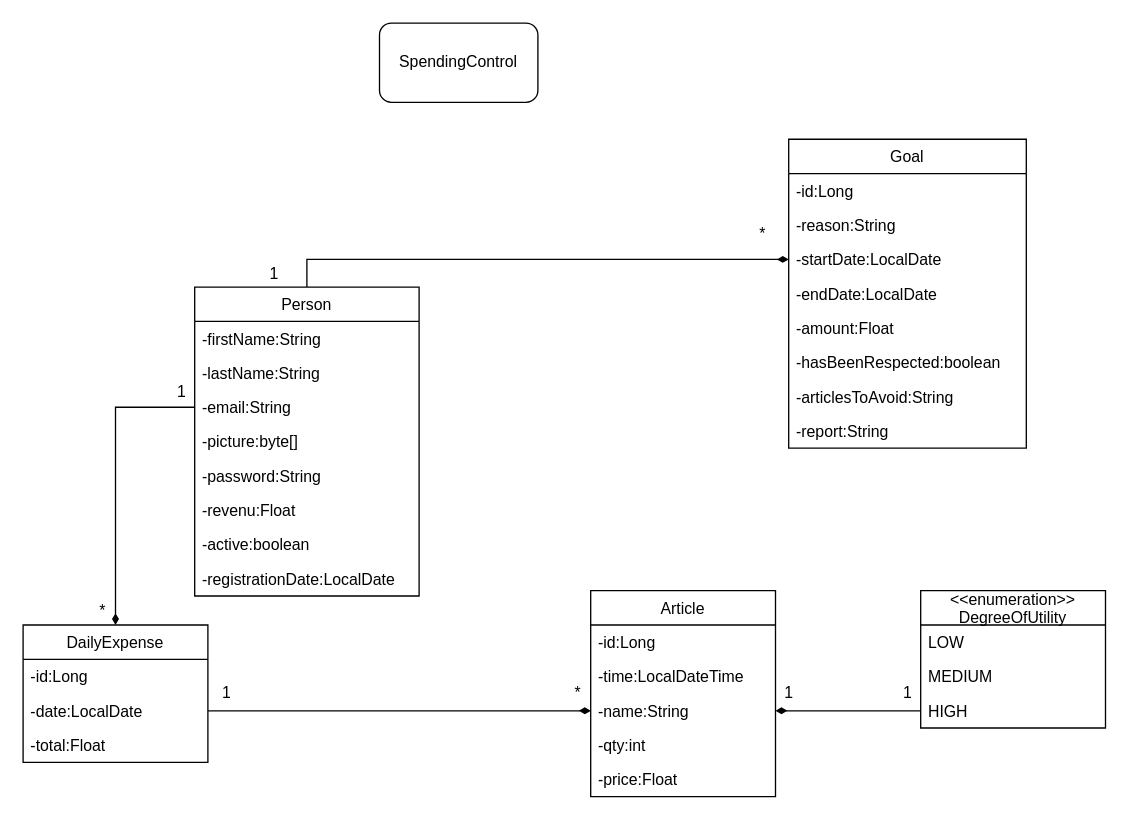
Before: spendingControlUML.drawio in Moussa348/SavingVeilleTec, a draw.io diagram. Source tidied: cells renumbered, new cells numbered last; positions are measured from the earlier drawing's top-left corner, leaving out a move shared by most shapes. Both pictures are drawn from the tidied source at 132%, with x=0, y=0 at pixel (22, 22).
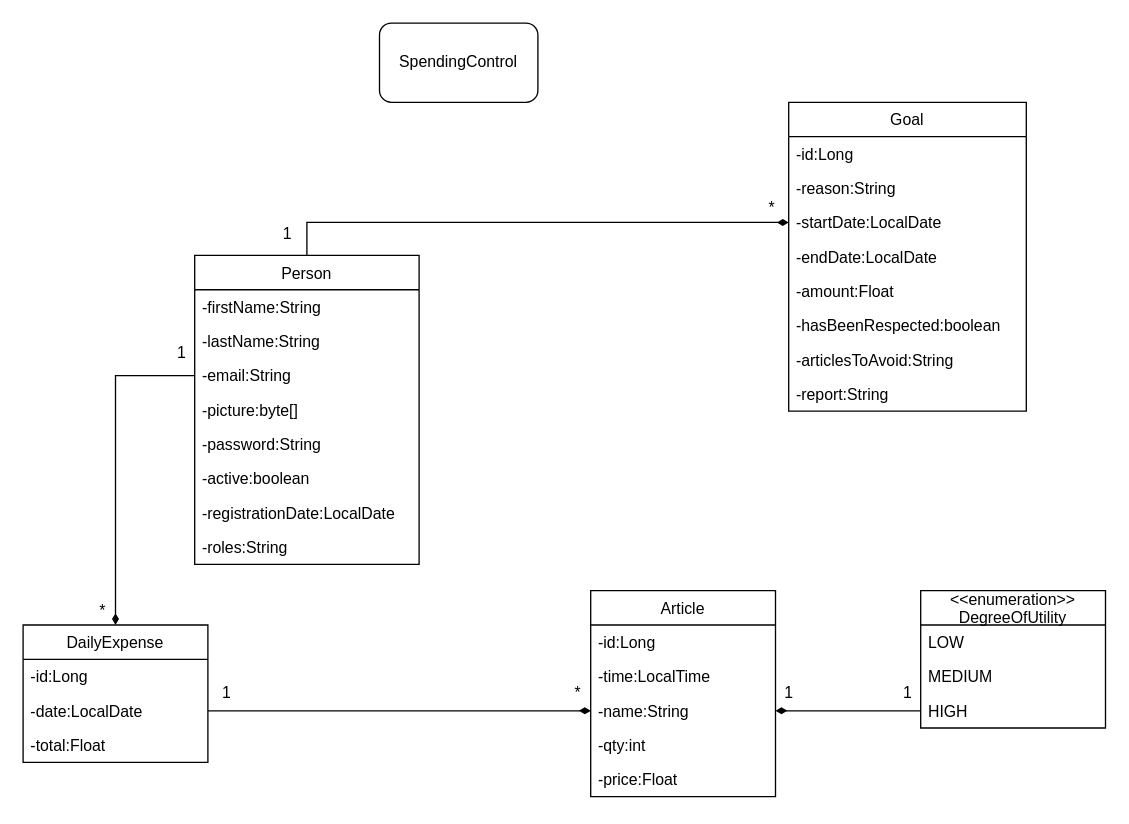
The same page after the edit.

Unchanged cells that the change refers to:
```xml
<mxCell id="17" value="Article" style="swimlane;fontStyle=0;horizontal=1;startSize=26;fillColor=none;" parent="1" vertex="1">
  <mxGeometry x="430" y="430" width="140" height="156" as="geometry" />
</mxCell>
```

What changed in the source:
```diff
@@
     <mxCell id="3" value="Person" style="swimlane;fontStyle=0;horizontal=1;startSize=26;fillColor=none;" parent="1" vertex="1">
-      <mxGeometry x="130" y="200" width="170" height="234" as="geometry" />
+      <mxGeometry x="130" y="176" width="170" height="234" as="geometry" />
     </mxCell>
@@
-    <mxCell id="9" value="-revenu:Float" style="text;strokeColor=none;fillColor=none;align=left;verticalAlign=top;spacingLeft=4;spacingRight=4;overflow=hidden;" parent="3" vertex="1">
-      <mxGeometry y="156" width="170" height="26" as="geometry" />
-    </mxCell>
     <mxCell id="10" value="-active:boolean" style="text;strokeColor=none;fillColor=none;align=left;verticalAlign=top;spacingLeft=4;spacingRight=4;overflow=hidden;" parent="3" vertex="1">
-      <mxGeometry y="182" width="170" height="26" as="geometry" />
+      <mxGeometry y="156" width="170" height="26" as="geometry" />
     </mxCell>
     <mxCell id="11" value="-registrationDate:LocalDate" style="text;strokeColor=none;fillColor=none;align=left;verticalAlign=top;spacingLeft=4;spacingRight=4;overflow=hidden;" parent="3" vertex="1">
-      <mxGeometry y="208" width="170" height="26" as="geometry" />
+      <mxGeometry y="182" width="170" height="26" as="geometry" />
     </mxCell>
+    <mxCell id="47" value="-roles:String" style="text;strokeColor=none;fillColor=none;align=left;verticalAlign=top;spacingLeft=4;spacingRight=4;overflow=hidden;" parent="3" vertex="1">
+      <mxGeometry y="208" width="170" height="26" as="geometry" />
+    </mxCell>
@@
-    <mxCell id="19" value="-time:LocalDateTime" style="text;strokeColor=none;fillColor=none;align=left;verticalAlign=top;spacingLeft=4;spacingRight=4;overflow=hidden;" parent="17" vertex="1">
+    <mxCell id="19" value="-time:LocalTime" style="text;strokeColor=none;fillColor=none;align=left;verticalAlign=top;spacingLeft=4;spacingRight=4;overflow=hidden;" parent="17" vertex="1">
       <mxGeometry y="52" width="140" height="26" as="geometry" />
     </mxCell>
@@
     <mxCell id="24" value="1" style="text;html=1;align=center;verticalAlign=middle;strokeColor=none;" parent="1" vertex="1">
-      <mxGeometry x="110" y="270" width="20" height="20" as="geometry" />
+      <mxGeometry x="110" y="240" width="20" height="20" as="geometry" />
     </mxCell>
@@
     <mxCell id="28" value="Goal" style="swimlane;fontStyle=0;horizontal=1;startSize=26;fillColor=none;" parent="1" vertex="1">
-      <mxGeometry x="580" y="88" width="180" height="234" as="geometry" />
+      <mxGeometry x="580" y="60" width="180" height="234" as="geometry" />
     </mxCell>
@@
     <mxCell id="37" value="1" style="text;html=1;align=center;verticalAlign=middle;strokeColor=none;" parent="1" vertex="1">
-      <mxGeometry x="180" y="180" width="20" height="20" as="geometry" />
+      <mxGeometry x="190" y="150" width="20" height="20" as="geometry" />
     </mxCell>
     <mxCell id="38" value="*" style="text;html=1;align=center;verticalAlign=middle;strokeColor=none;" parent="1" vertex="1">
-      <mxGeometry x="550" y="150" width="20" height="20" as="geometry" />
+      <mxGeometry x="557" y="130" width="20" height="20" as="geometry" />
     </mxCell>
```
